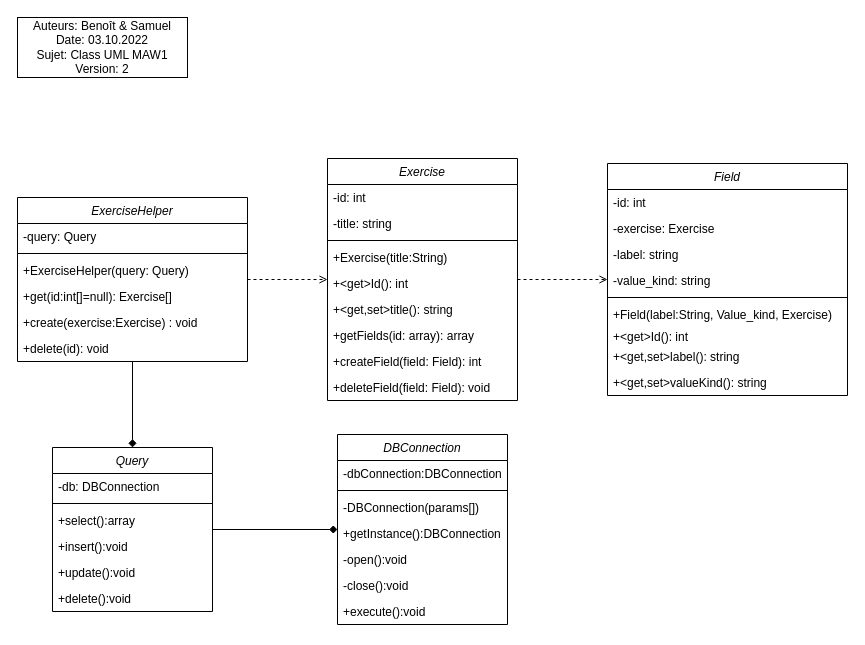
CPNV-ES/MAW1-BPT-SMD keeps this draw.io diagram as modelisation/ClassUML.drawio. Above is the earlier version. Source tidied: cells renumbered, new cells numbered last; positions are measured from the earlier drawing's top-left corner, leaving out a move shared by most shapes. Both pictures are drawn from the tidied source at 100%, with x=0, y=0 at pixel (17, 17).
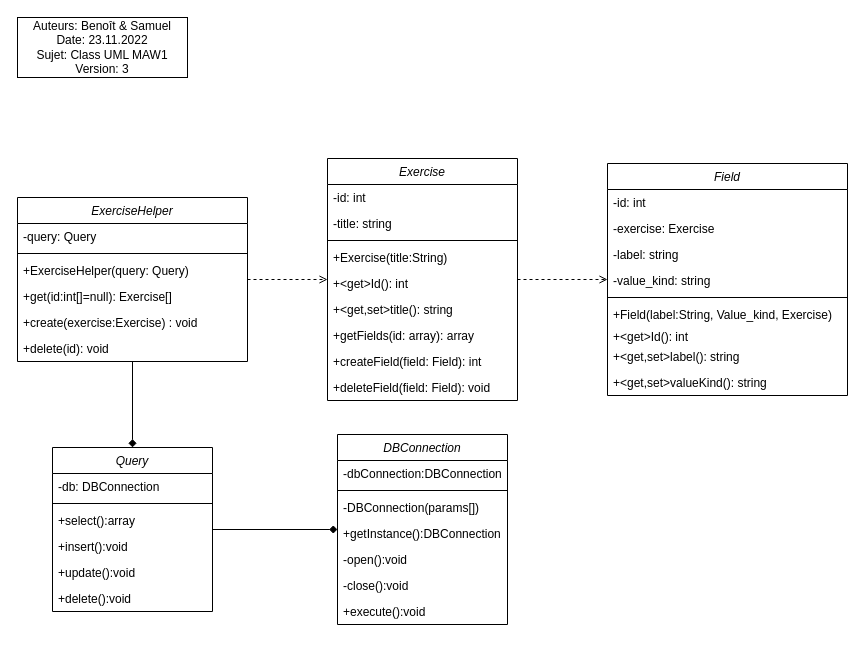
After the change.

Commit message (it also covers changes not shown here):
update ClassUml diagram, add field

Diff of the diagram source:
```diff
@@
-    <mxCell id="28" value="Auteurs: Benoît &amp;amp; Samuel&lt;br&gt;Date: 03.10.2022&lt;br&gt;Sujet: Class UML MAW1&lt;br&gt;Version: 2" style="rounded=0;whiteSpace=wrap;html=1;" parent="1" vertex="1">
+    <mxCell id="28" value="Auteurs: Benoît &amp;amp; Samuel&lt;br&gt;Date: 23.11.2022&lt;br&gt;Sujet: Class UML MAW1&lt;br&gt;Version: 3" style="rounded=0;whiteSpace=wrap;html=1;" parent="1" vertex="1">
       <mxGeometry width="170" height="60" as="geometry" />
     </mxCell>
```
